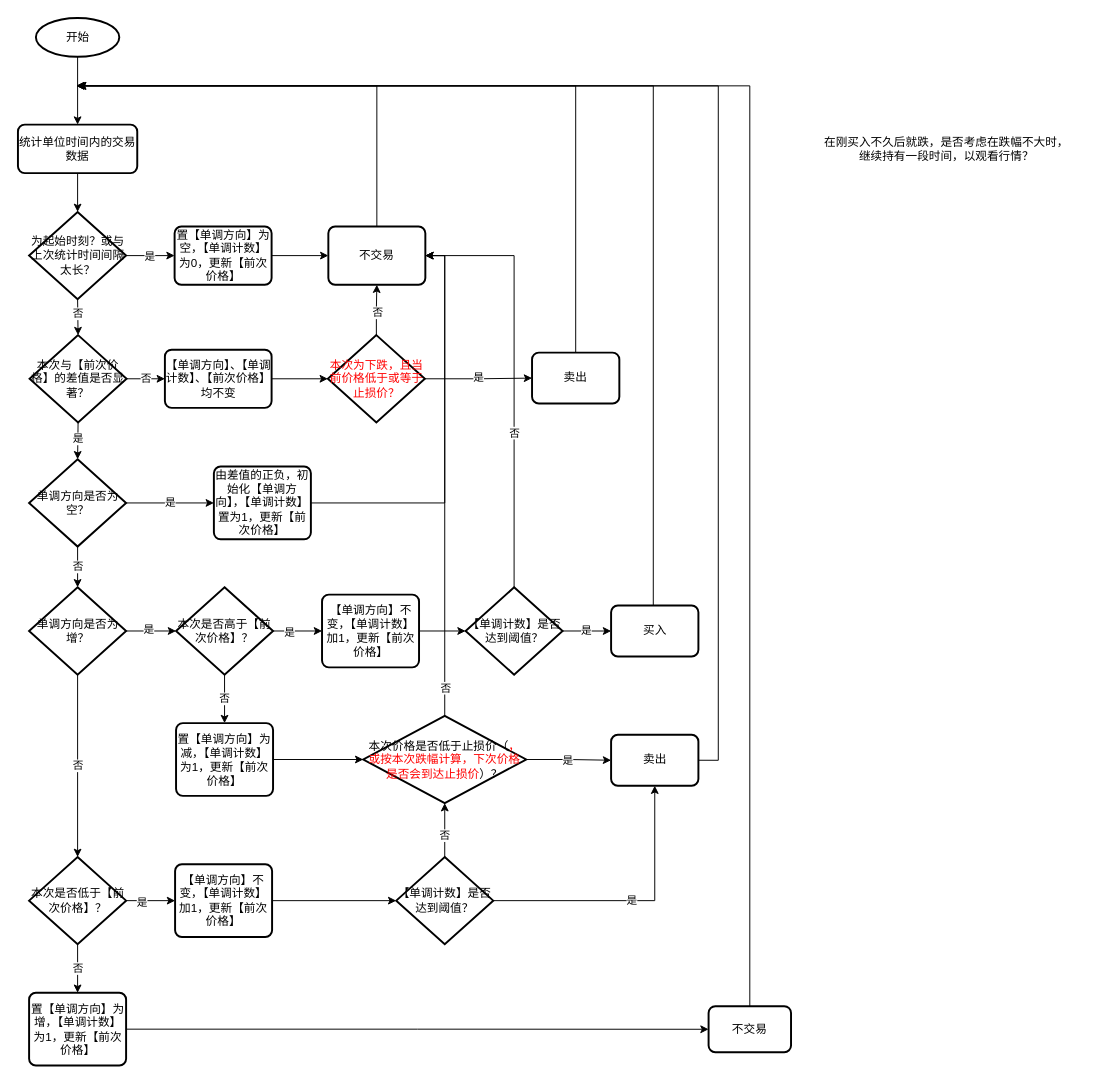
The draw.io diagram net-count-trading.drawio in haycheng/draw.io, before the edit. Source tidied: cells renumbered, new cells numbered last; positions are measured from the earlier drawing's top-left corner, leaving out a move shared by most shapes. Both pictures are drawn from the tidied source at 97%, with x=0, y=0 at pixel (17, 17).
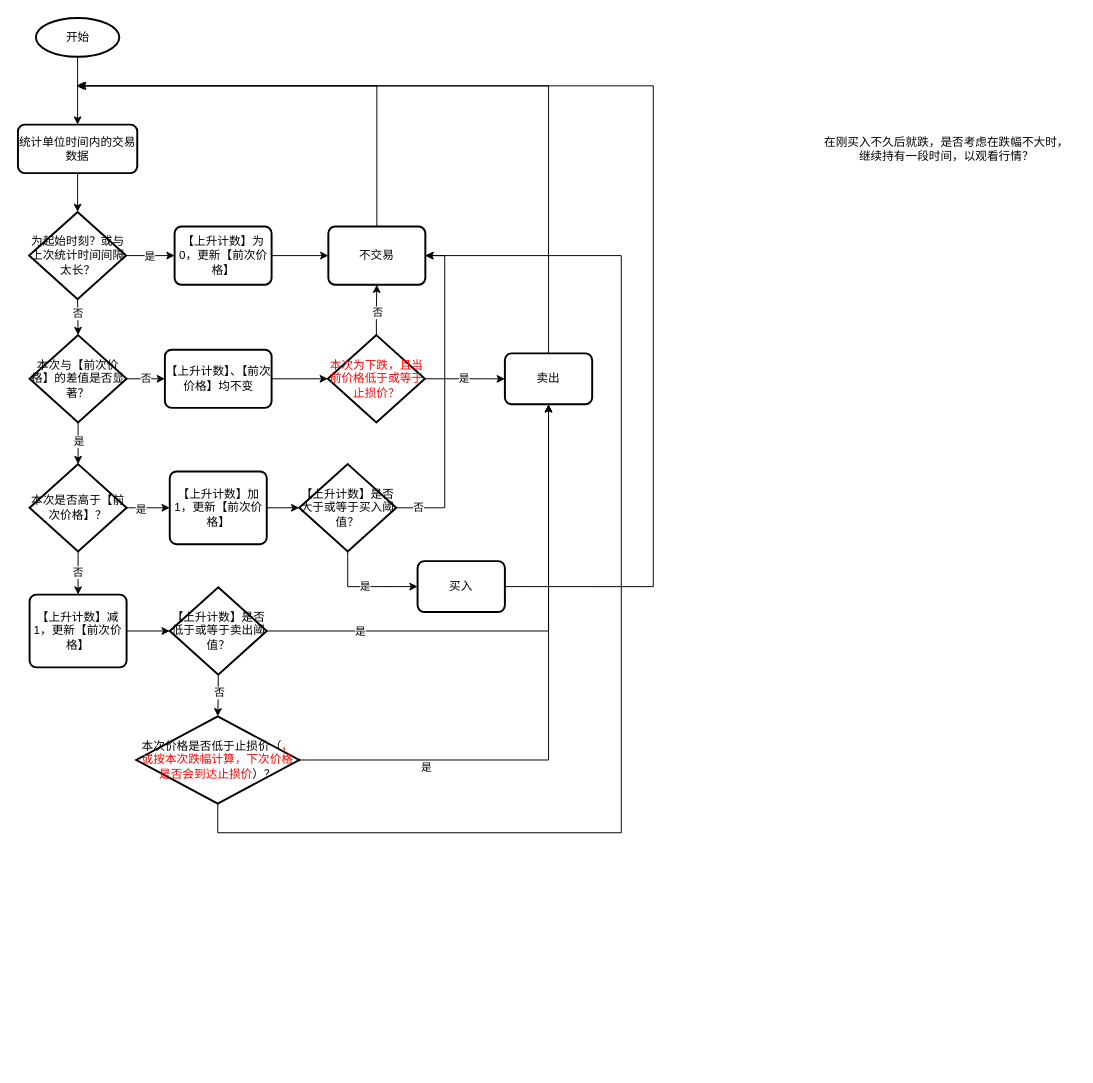
The same diagram, later.

The change refers to these unchanged cells:
```xml
<mxCell id="19" value="不交易" style="rounded=1;whiteSpace=wrap;html=1;absoluteArcSize=1;arcSize=14;strokeWidth=2;" parent="1" vertex="1">
  <mxGeometry x="320" y="215" width="100" height="60" as="geometry" />
</mxCell>
<mxCell id="27" value="本次与【前次价格】的差值是否显著？" style="strokeWidth=2;html=1;shape=mxgraph.flowchart.decision;whiteSpace=wrap;" parent="1" vertex="1">
  <mxGeometry x="12" y="327" width="100" height="90" as="geometry" />
</mxCell>
```

Change to the diagram source:
```diff
@@
-    <mxCell id="13" value="置【单调方向】为空，【单调计数】为0，更新【前次价格】" style="rounded=1;whiteSpace=wrap;html=1;absoluteArcSize=1;arcSize=14;strokeWidth=2;" parent="1" vertex="1">
+    <mxCell id="13" value="【上升计数】为0，更新【前次价格】" style="rounded=1;whiteSpace=wrap;html=1;absoluteArcSize=1;arcSize=14;strokeWidth=2;" parent="1" vertex="1">
       <mxGeometry x="161.5" y="215" width="100" height="60" as="geometry" />
     </mxCell>
-    <mxCell id="14" value="是" style="edgeStyle=orthogonalEdgeStyle;rounded=0;jettySize=auto;html=1;exitX=1;exitY=0.5;exitDx=0;exitDy=0;exitPerimeter=0;entryX=0;entryY=0.5;entryDx=0;entryDy=0;" parent="1" edge="1" source="16" target="18">
-      <mxGeometry relative="1" as="geometry" />
-    </mxCell>
-    <mxCell id="15" value="否" style="edgeStyle=orthogonalEdgeStyle;rounded=0;jettySize=auto;html=1;exitX=0.5;exitY=1;exitDx=0;exitDy=0;exitPerimeter=0;entryX=0.5;entryY=0;entryDx=0;entryDy=0;entryPerimeter=0;" parent="1" edge="1" source="16" target="23">
-      <mxGeometry relative="1" as="geometry" />
-    </mxCell>
-    <mxCell id="16" value="单调方向是否为空？" style="strokeWidth=2;html=1;shape=mxgraph.flowchart.decision;whiteSpace=wrap;" parent="1" vertex="1">
-      <mxGeometry x="11.5" y="455" width="100" height="90" as="geometry" />
-    </mxCell>
-    <mxCell id="17" style="edgeStyle=orthogonalEdgeStyle;rounded=0;jettySize=auto;html=1;exitX=1;exitY=0.5;exitDx=0;exitDy=0;entryX=1;entryY=0.5;entryDx=0;entryDy=0;" parent="1" edge="1" source="18" target="19">
-      <mxGeometry relative="1" as="geometry" />
-    </mxCell>
-    <mxCell id="18" value="由差值的正负，初始化【单调方向】，【单调计数】置为1，更新【前次价格】" style="rounded=1;whiteSpace=wrap;html=1;absoluteArcSize=1;arcSize=14;strokeWidth=2;" parent="1" vertex="1">
-      <mxGeometry x="202" y="462.5" width="100" height="75" as="geometry" />
-    </mxCell>
@@
-    <mxCell id="20" style="edgeStyle=orthogonalEdgeStyle;rounded=0;jettySize=auto;html=1;exitX=1;exitY=0.5;exitDx=0;exitDy=0;exitPerimeter=0;entryX=0;entryY=0.5;entryDx=0;entryDy=0;entryPerimeter=0;" parent="1" edge="1" source="23" target="33">
-      <mxGeometry relative="1" as="geometry" />
-    </mxCell>
-    <mxCell id="21" value="是" style="edgeLabel;html=1;align=center;verticalAlign=middle;" parent="20" vertex="1">
-      <mxGeometry x="-0.1" y="-1" relative="1" as="geometry">
-        <mxPoint y="-3" as="offset" />
-      </mxGeometry>
-    </mxCell>
-    <mxCell id="22" value="否" style="edgeStyle=orthogonalEdgeStyle;rounded=0;jettySize=auto;html=1;exitX=0.5;exitY=1;exitDx=0;exitDy=0;exitPerimeter=0;entryX=0.5;entryY=0;entryDx=0;entryDy=0;entryPerimeter=0;" parent="1" edge="1" source="23" target="49">
-      <mxGeometry relative="1" as="geometry" />
-    </mxCell>
-    <mxCell id="23" value="单调方向是否为增？" style="strokeWidth=2;html=1;shape=mxgraph.flowchart.decision;whiteSpace=wrap;" parent="1" vertex="1">
-      <mxGeometry x="11.5" y="587" width="100" height="90" as="geometry" />
-    </mxCell>
@@
-    <mxCell id="25" style="edgeStyle=orthogonalEdgeStyle;rounded=0;jettySize=auto;html=1;exitX=0.5;exitY=1;exitDx=0;exitDy=0;exitPerimeter=0;entryX=0.5;entryY=0;entryDx=0;entryDy=0;entryPerimeter=0;" parent="1" edge="1" source="27" target="16">
+    <mxCell id="25" style="edgeStyle=orthogonalEdgeStyle;rounded=0;jettySize=auto;html=1;exitX=0.5;exitY=1;exitDx=0;exitDy=0;exitPerimeter=0;entryX=0.5;entryY=0;entryDx=0;entryDy=0;entryPerimeter=0;" parent="1" edge="1" source="27" target="33">
       <mxGeometry relative="1" as="geometry" />
     </mxCell>
@@
-    <mxCell id="29" value="【单调方向】、【单调计数】、【前次价格】均不变" style="rounded=1;whiteSpace=wrap;html=1;absoluteArcSize=1;arcSize=14;strokeWidth=2;" parent="1" vertex="1">
+    <mxCell id="29" value="【上升计数】、【前次价格】均不变" style="rounded=1;whiteSpace=wrap;html=1;absoluteArcSize=1;arcSize=14;strokeWidth=2;" parent="1" vertex="1">
       <mxGeometry x="151.5" y="342" width="110" height="60" as="geometry" />
     </mxCell>
@@
     <mxCell id="33" value="本次是否高于【前次价格】？" style="strokeWidth=2;html=1;shape=mxgraph.flowchart.decision;whiteSpace=wrap;" parent="1" vertex="1">
-      <mxGeometry x="163" y="587" width="100" height="90" as="geometry" />
+      <mxGeometry x="12" y="460" width="100" height="90" as="geometry" />
     </mxCell>
@@
-    <mxCell id="35" value="【单调方向】不变，【单调计数】加1，更新【前次价格】" style="rounded=1;whiteSpace=wrap;html=1;absoluteArcSize=1;arcSize=14;strokeWidth=2;" parent="1" vertex="1">
-      <mxGeometry x="313.5" y="594.5" width="100" height="75" as="geometry" />
+    <mxCell id="35" value="【上升计数】加1，更新【前次价格】" style="rounded=1;whiteSpace=wrap;html=1;absoluteArcSize=1;arcSize=14;strokeWidth=2;" parent="1" vertex="1">
+      <mxGeometry x="156.5" y="467.5" width="100" height="75" as="geometry" />
     </mxCell>
-    <mxCell id="36" style="edgeStyle=orthogonalEdgeStyle;rounded=0;jettySize=auto;html=1;exitX=0.5;exitY=0;exitDx=0;exitDy=0;exitPerimeter=0;entryX=1;entryY=0.5;entryDx=0;entryDy=0;" parent="1" edge="1" source="39" target="19">
-      <mxGeometry relative="1" as="geometry" />
+    <mxCell id="36" style="edgeStyle=orthogonalEdgeStyle;rounded=0;jettySize=auto;html=1;exitX=1;exitY=0.5;exitDx=0;exitDy=0;exitPerimeter=0;entryX=1;entryY=0.5;entryDx=0;entryDy=0;" parent="1" edge="1" source="39" target="19">
+      <mxGeometry relative="1" as="geometry">
+        <Array as="points">
+          <mxPoint x="440" y="505" />
+          <mxPoint x="440" y="245" />
+        </Array>
+      </mxGeometry>
     </mxCell>
     <mxCell id="37" value="否" style="edgeLabel;html=1;align=center;verticalAlign=middle;" parent="36" vertex="1">
       <mxGeometry x="-0.26" y="-1" relative="1" as="geometry">
-        <mxPoint x="-1" as="offset" />
+        <mxPoint x="-29" y="71" as="offset" />
       </mxGeometry>
     </mxCell>
-    <mxCell id="38" value="是" style="edgeStyle=orthogonalEdgeStyle;rounded=0;jettySize=auto;html=1;exitX=1;exitY=0.5;exitDx=0;exitDy=0;exitPerimeter=0;entryX=0;entryY=0.5;entryDx=0;entryDy=0;" parent="1" edge="1" source="39" target="41">
+    <mxCell id="38" value="是" style="edgeStyle=orthogonalEdgeStyle;rounded=0;jettySize=auto;html=1;exitX=0.5;exitY=1;exitDx=0;exitDy=0;exitPerimeter=0;entryX=0;entryY=0.5;entryDx=0;entryDy=0;" parent="1" edge="1" source="39" target="41">
       <mxGeometry relative="1" as="geometry" />
     </mxCell>
-    <mxCell id="39" value="【单调计数】是否达到阈值？" style="strokeWidth=2;html=1;shape=mxgraph.flowchart.decision;whiteSpace=wrap;" parent="1" vertex="1">
-      <mxGeometry x="461.5" y="587" width="100" height="90" as="geometry" />
+    <mxCell id="39" value="【上升计数】是否大于或等于买入阈值？" style="strokeWidth=2;html=1;shape=mxgraph.flowchart.decision;whiteSpace=wrap;" parent="1" vertex="1">
+      <mxGeometry x="290" y="460" width="100" height="90" as="geometry" />
     </mxCell>
-    <mxCell id="40" style="edgeStyle=orthogonalEdgeStyle;rounded=0;jettySize=auto;html=1;exitX=0.5;exitY=0;exitDx=0;exitDy=0;" parent="1" edge="1" source="41">
+    <mxCell id="40" style="edgeStyle=orthogonalEdgeStyle;rounded=0;jettySize=auto;html=1;exitX=1;exitY=0.5;exitDx=0;exitDy=0;" parent="1" edge="1" source="41">
       <mxGeometry relative="1" as="geometry">
         <mxPoint x="60" y="70" as="targetPoint" />
         <Array as="points">
+          <mxPoint x="655" y="586" />
           <mxPoint x="655" y="70" />
         </Array>
       </mxGeometry>
     </mxCell>
     <mxCell id="41" value="买入" style="rounded=1;whiteSpace=wrap;html=1;absoluteArcSize=1;arcSize=14;strokeWidth=2;" parent="1" vertex="1">
-      <mxGeometry x="611.5" y="605.8" width="90" height="52.5" as="geometry" />
+      <mxGeometry x="412" y="560" width="90" height="52.5" as="geometry" />
     </mxCell>
-    <mxCell id="42" style="edgeStyle=orthogonalEdgeStyle;rounded=0;jettySize=auto;html=1;exitX=0.5;exitY=0;exitDx=0;exitDy=0;entryX=1;entryY=0.5;entryDx=0;entryDy=0;exitPerimeter=0;" parent="1" edge="1" source="59" target="19">
-      <mxGeometry relative="1" as="geometry" />
+    <mxCell id="42" style="edgeStyle=orthogonalEdgeStyle;rounded=0;jettySize=auto;html=1;entryX=0.5;entryY=1;entryDx=0;entryDy=0;exitX=1;exitY=0.5;exitDx=0;exitDy=0;exitPerimeter=0;" parent="1" edge="1" source="74" target="69">
+      <mxGeometry relative="1" as="geometry">
+        <Array as="points">
+          <mxPoint x="547" y="632" />
+        </Array>
+      </mxGeometry>
     </mxCell>
-    <mxCell id="43" value="否" style="edgeLabel;html=1;align=center;verticalAlign=middle;" parent="42" vertex="1">
+    <mxCell id="43" value="是" style="edgeLabel;html=1;align=center;verticalAlign=middle;" parent="42" vertex="1">
       <mxGeometry x="-0.78" relative="1" as="geometry">
-        <mxPoint y="25" as="offset" />
+        <mxPoint x="38" as="offset" />
       </mxGeometry>
     </mxCell>
-    <mxCell id="44" style="edgeStyle=orthogonalEdgeStyle;rounded=0;jettySize=auto;html=1;exitX=1;exitY=0.5;exitDx=0;exitDy=0;entryX=0;entryY=0.5;entryDx=0;entryDy=0;entryPerimeter=0;" parent="1" edge="1" source="45" target="59">
+    <mxCell id="44" style="edgeStyle=orthogonalEdgeStyle;rounded=0;jettySize=auto;html=1;exitX=0.5;exitY=1;exitDx=0;exitDy=0;entryX=0.5;entryY=0;entryDx=0;entryDy=0;entryPerimeter=0;exitPerimeter=0;" parent="1" edge="1" source="74" target="59">
       <mxGeometry relative="1" as="geometry" />
     </mxCell>
+    <mxCell id="71" value="否" style="edgeLabel;html=1;align=center;verticalAlign=middle;" parent="44" vertex="1">
+      <mxGeometry x="-0.18" y="1" relative="1" as="geometry" />
+    </mxCell>
+    <mxCell id="72" style="edgeStyle=orthogonalEdgeStyle;rounded=0;jettySize=auto;html=1;exitX=1;exitY=0.5;exitDx=0;exitDy=0;entryX=0;entryY=0.5;entryDx=0;entryDy=0;entryPerimeter=0;" parent="1" edge="1" source="45" target="74">
+      <mxGeometry relative="1" as="geometry" />
+    </mxCell>
-    <mxCell id="45" value="置【单调方向】为减，【单调计数】为1，更新【前次价格】" style="rounded=1;whiteSpace=wrap;html=1;absoluteArcSize=1;arcSize=14;strokeWidth=2;" parent="1" vertex="1">
-      <mxGeometry x="163" y="727" width="100" height="75" as="geometry" />
+    <mxCell id="45" value="【上升计数】减1，更新【前次价格】" style="rounded=1;whiteSpace=wrap;html=1;absoluteArcSize=1;arcSize=14;strokeWidth=2;" parent="1" vertex="1">
+      <mxGeometry x="12" y="594.5" width="100" height="75" as="geometry" />
     </mxCell>
-    <mxCell id="46" style="edgeStyle=orthogonalEdgeStyle;rounded=0;jettySize=auto;html=1;exitX=1;exitY=0.5;exitDx=0;exitDy=0;exitPerimeter=0;entryX=0;entryY=0.5;entryDx=0;entryDy=0;" parent="1" edge="1" source="49" target="51">
-      <mxGeometry relative="1" as="geometry" />
-    </mxCell>
-    <mxCell id="47" value="是" style="edgeLabel;html=1;align=center;verticalAlign=middle;" parent="46" vertex="1">
-      <mxGeometry x="-0.35" y="-1" relative="1" as="geometry" />
-    </mxCell>
-    <mxCell id="48" value="否" style="edgeStyle=orthogonalEdgeStyle;rounded=0;jettySize=auto;html=1;exitX=0.5;exitY=1;exitDx=0;exitDy=0;exitPerimeter=0;" parent="1" edge="1" source="49" target="56">
-      <mxGeometry relative="1" as="geometry" />
-    </mxCell>
-    <mxCell id="49" value="本次是否低于【前次价格】？" style="strokeWidth=2;html=1;shape=mxgraph.flowchart.decision;whiteSpace=wrap;" parent="1" vertex="1">
-      <mxGeometry x="11.5" y="865" width="100" height="90" as="geometry" />
-    </mxCell>
-    <mxCell id="50" style="edgeStyle=orthogonalEdgeStyle;rounded=0;jettySize=auto;html=1;exitX=1;exitY=0.5;exitDx=0;exitDy=0;entryX=0;entryY=0.5;entryDx=0;entryDy=0;entryPerimeter=0;" parent="1" edge="1" source="51" target="54">
-      <mxGeometry relative="1" as="geometry" />
-    </mxCell>
-    <mxCell id="51" value="【单调方向】不变，【单调计数】加1，更新【前次价格】" style="rounded=1;whiteSpace=wrap;html=1;absoluteArcSize=1;arcSize=14;strokeWidth=2;" parent="1" vertex="1">
-      <mxGeometry x="162" y="872.5" width="100" height="75" as="geometry" />
-    </mxCell>
-    <mxCell id="52" value="否" style="edgeStyle=orthogonalEdgeStyle;rounded=0;jettySize=auto;html=1;exitX=0.5;exitY=0;exitDx=0;exitDy=0;exitPerimeter=0;entryX=0.5;entryY=1;entryDx=0;entryDy=0;entryPerimeter=0;" parent="1" edge="1" source="54" target="59">
-      <mxGeometry x="-0.19" relative="1" as="geometry" />
-    </mxCell>
-    <mxCell id="53" value="是" style="edgeStyle=orthogonalEdgeStyle;rounded=0;jettySize=auto;html=1;exitX=1;exitY=0.5;exitDx=0;exitDy=0;exitPerimeter=0;entryX=0.5;entryY=1;entryDx=0;entryDy=0;" parent="1" edge="1" source="54" target="61">
-      <mxGeometry relative="1" as="geometry" />
-    </mxCell>
-    <mxCell id="54" value="【单调计数】是否达到阈值？" style="strokeWidth=2;html=1;shape=mxgraph.flowchart.decision;whiteSpace=wrap;" parent="1" vertex="1">
-      <mxGeometry x="390" y="865" width="100" height="90" as="geometry" />
-    </mxCell>
-    <mxCell id="55" style="edgeStyle=orthogonalEdgeStyle;rounded=0;jettySize=auto;html=1;exitX=1;exitY=0.5;exitDx=0;exitDy=0;" parent="1" edge="1" source="56" target="63">
-      <mxGeometry relative="1" as="geometry" />
-    </mxCell>
-    <mxCell id="56" value="置【单调方向】为增，【单调计数】为1，更新【前次价格】" style="rounded=1;whiteSpace=wrap;html=1;absoluteArcSize=1;arcSize=14;strokeWidth=2;" parent="1" vertex="1">
-      <mxGeometry x="11.5" y="1005" width="100" height="75" as="geometry" />
-    </mxCell>
-    <mxCell id="57" style="edgeStyle=orthogonalEdgeStyle;rounded=0;jettySize=auto;html=1;exitX=1;exitY=0.5;exitDx=0;exitDy=0;exitPerimeter=0;entryX=0;entryY=0.5;entryDx=0;entryDy=0;" parent="1" edge="1" source="59" target="61">
+    <mxCell id="57" style="edgeStyle=orthogonalEdgeStyle;rounded=0;jettySize=auto;html=1;exitX=1;exitY=0.5;exitDx=0;exitDy=0;exitPerimeter=0;entryX=0.5;entryY=1;entryDx=0;entryDy=0;" parent="1" edge="1" source="59" target="69">
       <mxGeometry relative="1" as="geometry" />
     </mxCell>
     <mxCell id="58" value="是" style="edgeLabel;html=1;align=center;verticalAlign=middle;" parent="57" vertex="1">
       <mxGeometry x="-0.04" relative="1" as="geometry">
-        <mxPoint y="1" as="offset" />
+        <mxPoint x="-127" y="49" as="offset" />
       </mxGeometry>
     </mxCell>
+    <mxCell id="73" style="edgeStyle=orthogonalEdgeStyle;rounded=0;jettySize=auto;html=1;exitX=0.5;exitY=1;exitDx=0;exitDy=0;exitPerimeter=0;entryX=1;entryY=0.5;entryDx=0;entryDy=0;" parent="1" edge="1" source="59" target="19">
+      <mxGeometry relative="1" as="geometry">
+        <Array as="points">
+          <mxPoint x="206" y="840" />
+          <mxPoint x="622" y="840" />
+          <mxPoint x="622" y="245" />
+        </Array>
+      </mxGeometry>
+    </mxCell>
     <mxCell id="59" value="本次价格是否低于止损价（&lt;font color=&quot;#ff0000&quot;&gt;，或按本次跌幅计算，下次价格是否会到达止损价&lt;/font&gt;）？" style="strokeWidth=2;html=1;shape=mxgraph.flowchart.decision;whiteSpace=wrap;" parent="1" vertex="1">
-      <mxGeometry x="356" y="719.5" width="168" height="90" as="geometry" />
+      <mxGeometry x="122" y="720" width="168" height="90" as="geometry" />
     </mxCell>
-    <mxCell id="60" style="edgeStyle=orthogonalEdgeStyle;rounded=0;jettySize=auto;html=1;exitX=1;exitY=0.5;exitDx=0;exitDy=0;" parent="1" edge="1" source="61">
-      <mxGeometry relative="1" as="geometry">
-        <mxPoint x="60" y="70" as="targetPoint" />
-        <Array as="points">
-          <mxPoint x="722" y="765" />
-          <mxPoint x="722" y="70" />
-        </Array>
-      </mxGeometry>
-    </mxCell>
-    <mxCell id="61" value="卖出" style="rounded=1;whiteSpace=wrap;html=1;absoluteArcSize=1;arcSize=14;strokeWidth=2;" parent="1" vertex="1">
-      <mxGeometry x="611.5" y="739" width="90" height="52.5" as="geometry" />
-    </mxCell>
-    <mxCell id="62" style="edgeStyle=orthogonalEdgeStyle;rounded=0;jettySize=auto;html=1;exitX=0.5;exitY=0;exitDx=0;exitDy=0;" parent="1" edge="1" source="63">
-      <mxGeometry relative="1" as="geometry">
-        <mxPoint x="62" y="70" as="targetPoint" />
-        <Array as="points">
-          <mxPoint x="755" y="70" />
-        </Array>
-      </mxGeometry>
-    </mxCell>
-    <mxCell id="63" value="不交易" style="rounded=1;whiteSpace=wrap;html=1;absoluteArcSize=1;arcSize=14;strokeWidth=2;" parent="1" vertex="1">
-      <mxGeometry x="712" y="1018.8" width="85" height="47.5" as="geometry" />
-    </mxCell>
@@
     <mxCell id="68" style="edgeStyle=orthogonalEdgeStyle;rounded=0;jettySize=auto;html=1;exitX=0.5;exitY=0;exitDx=0;exitDy=0;" parent="1" edge="1" source="69">
       <mxGeometry relative="1" as="geometry">
         <mxPoint x="62" y="70" as="targetPoint" />
         <Array as="points">
-          <mxPoint x="575" y="70" />
+          <mxPoint x="547" y="70" />
         </Array>
       </mxGeometry>
     </mxCell>
     <mxCell id="69" value="卖出" style="rounded=1;whiteSpace=wrap;html=1;absoluteArcSize=1;arcSize=14;strokeWidth=2;" parent="1" vertex="1">
-      <mxGeometry x="530" y="345" width="90" height="52.5" as="geometry" />
+      <mxGeometry x="502" y="345.8" width="90" height="52.5" as="geometry" />
     </mxCell>
@@
+    <mxCell id="74" value="【上升计数】是否低于或等于卖出阈值？" style="strokeWidth=2;html=1;shape=mxgraph.flowchart.decision;whiteSpace=wrap;" parent="1" vertex="1">
+      <mxGeometry x="156.5" y="587" width="100" height="90" as="geometry" />
+    </mxCell>
```
